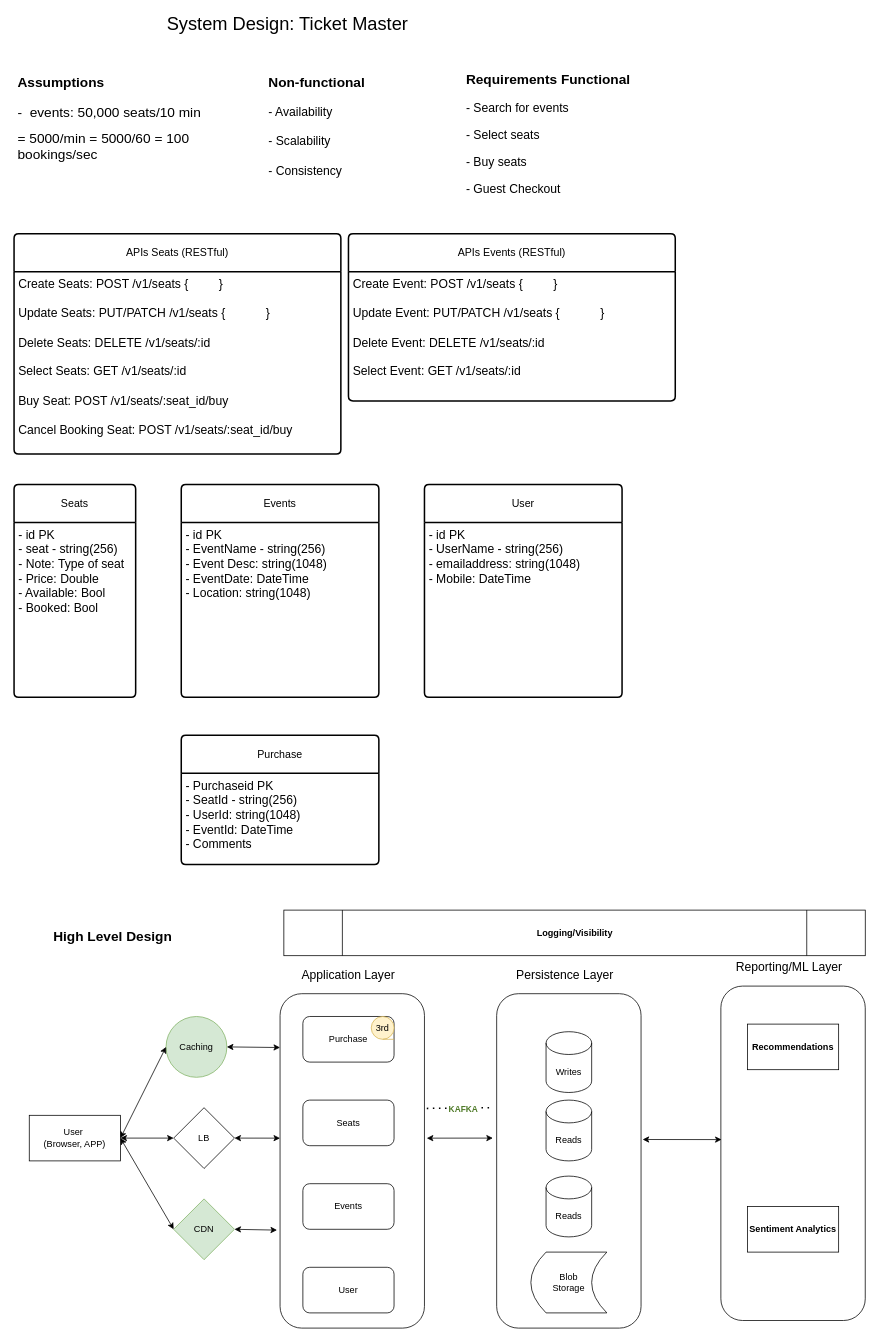
Earlier version of the draw.io diagram TicketMaster.drawio (ckhamitkar/SystemDesign). Source tidied: cells renumbered, new cells numbered last; positions are measured from the earlier drawing's top-left corner, leaving out a move shared by most shapes. Both pictures are drawn from the tidied source at 76%, with x=0, y=0 at pixel (14, 13).
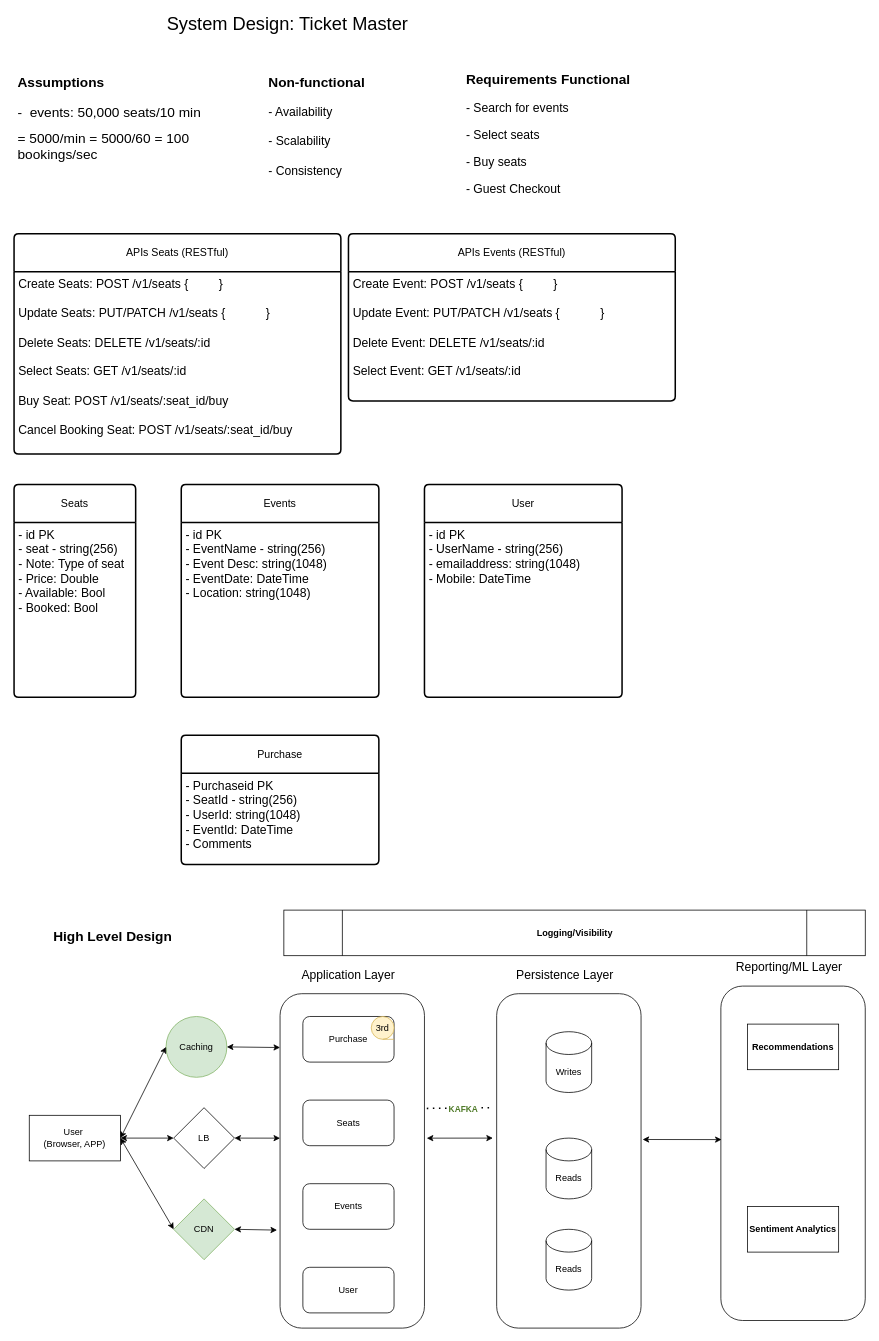
The same page after the edit.

Change to the diagram source:
```diff
@@
     <mxCell id="29" value="Reads" style="shape=cylinder3;whiteSpace=wrap;html=1;boundedLbl=1;backgroundOutline=1;size=15;" parent="1" vertex="1">
-      <mxGeometry x="700" y="1530" width="60" height="80" as="geometry" />
+      <mxGeometry x="700" y="1600" width="60" height="80" as="geometry" />
     </mxCell>
     <mxCell id="30" value="Reads" style="shape=cylinder3;whiteSpace=wrap;html=1;boundedLbl=1;backgroundOutline=1;size=15;" parent="1" vertex="1">
-      <mxGeometry x="700" y="1430" width="60" height="80" as="geometry" />
+      <mxGeometry x="700" y="1480" width="60" height="80" as="geometry" />
     </mxCell>
@@
-    <mxCell id="50" value="Blob &lt;br&gt;Storage" style="shape=dataStorage;whiteSpace=wrap;html=1;fixedSize=1;" parent="1" vertex="1">
-      <mxGeometry x="680" y="1630" width="100" height="80" as="geometry" />
-    </mxCell>
```
